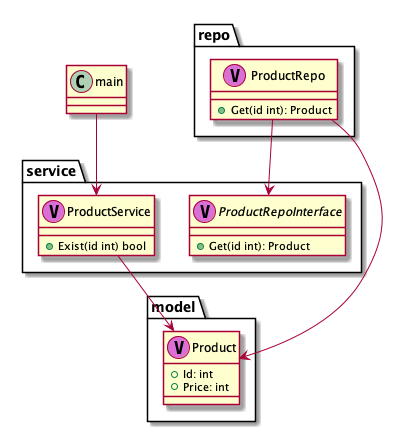
The PlantUML diagram arch.png in care-1040/di-sample, before a commit.
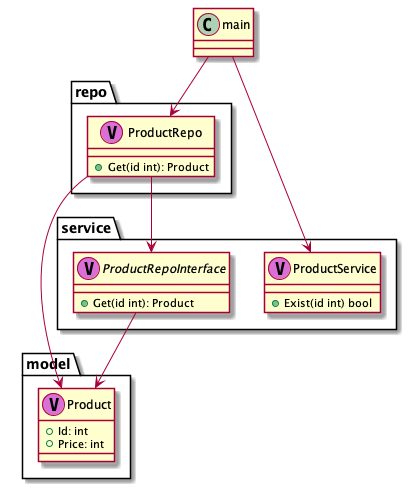
The same diagram one commit later.

Change to the diagram source:
```diff
@@ -22,7 +22,10 @@
 }
 
 main --> service.ProductService
-service.ProductService --> model.Product
+main --> repo.ProductRepo
+
+service.ProductRepoInterface --> model.Product
+
 repo.ProductRepo --> model.Product
 repo.ProductRepo --> service.ProductRepoInterface
 @enduml
```
